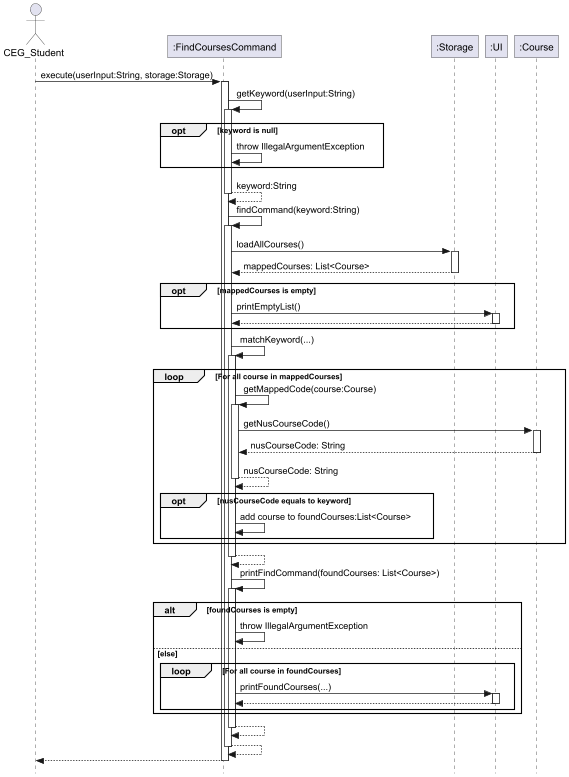
Earlier version of the PlantUML export docs/images/FindCoursesCommand.png (nus-cs2113-AY2425S1/tp).
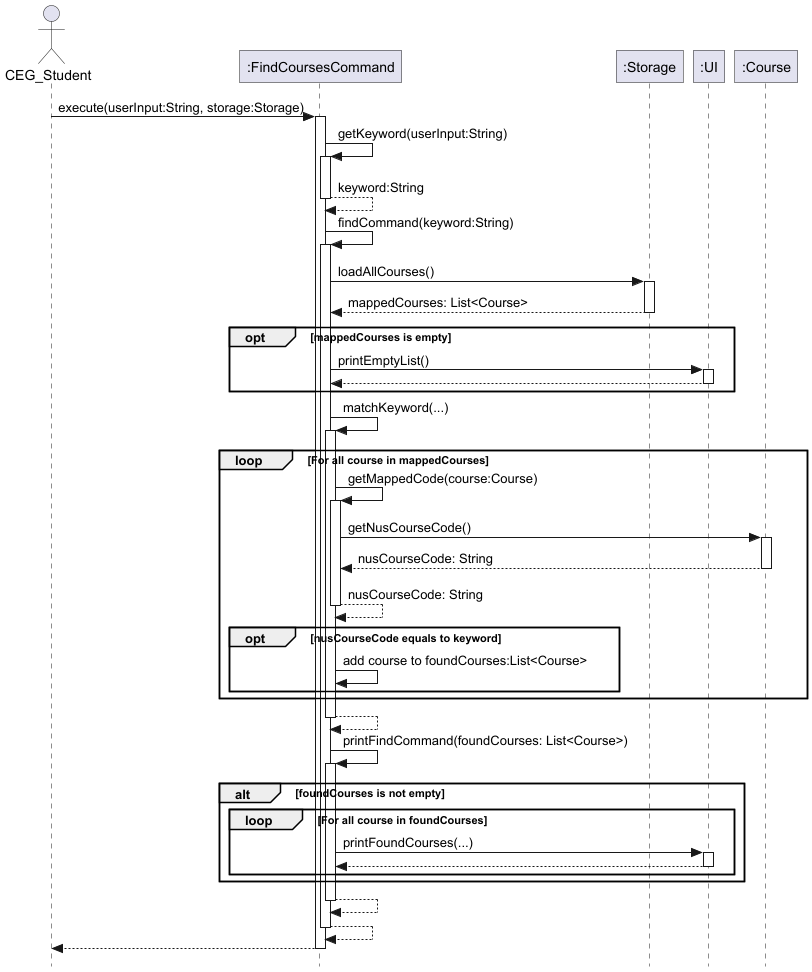
Later version of the same file.

Commit message:
Delete exceptions for FindCoursesCommand sequence diagram

Change to the diagram source:
```diff
@@ -16,9 +16,6 @@
 
 FindCoursesCommand -> FindCoursesCommand: getKeyword(userInput:String)
 activate FindCoursesCommand
-opt keyword is null
-    FindCoursesCommand -> FindCoursesCommand: throw IllegalArgumentException
-end
 return keyword:String
 
 FindCoursesCommand -> FindCoursesCommand: findCommand(keyword:String)
@@ -51,9 +48,8 @@
 
 FindCoursesCommand -> FindCoursesCommand: printFindCommand(foundCourses: List<Course>)
 activate FindCoursesCommand
-alt foundCourses is empty
-    FindCoursesCommand -> FindCoursesCommand: throw IllegalArgumentException
-else else
+
+alt foundCourses is not empty
     loop For all course in foundCourses
         FindCoursesCommand -> UI: printFoundCourses(...)
         activate UI
@@ -64,6 +60,4 @@
 return
 return
 
-
-
 @enduml
```
